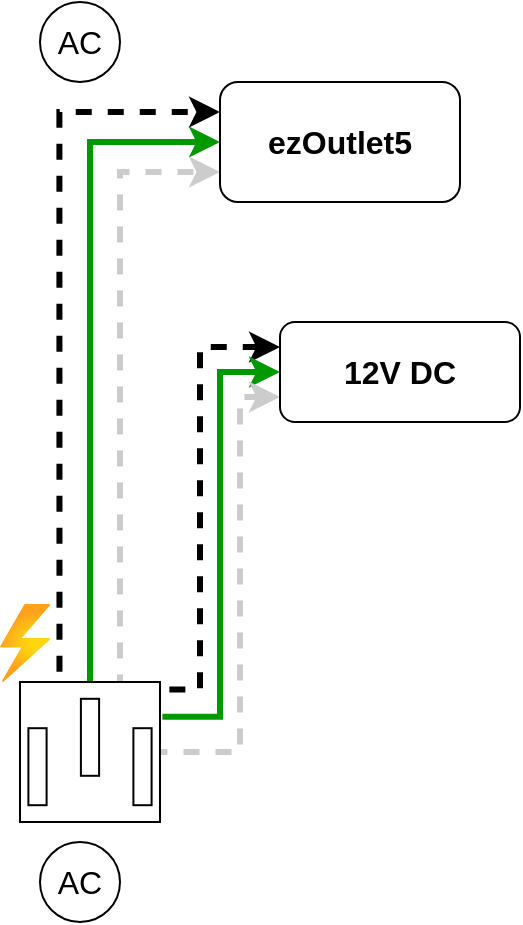
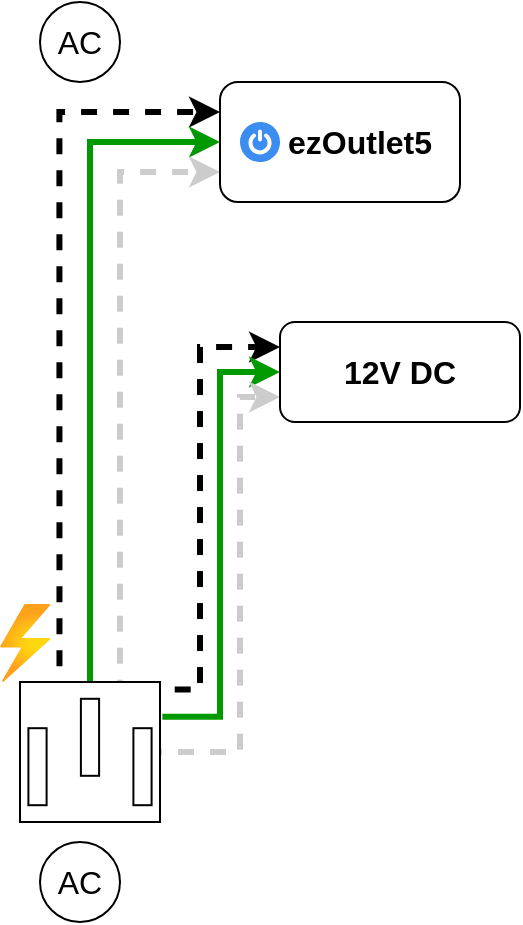
<mxfile host="app.diagrams.net" agent="Mozilla/5.0 (Windows NT 10.0; Win64; x64) AppleWebKit/537.36 (KHTML, like Gecko) Chrome/131.0.0.0 Safari/537.36 Edg/131.0.0.0" version="25.0.3">
  <diagram name="Page-1" id="VlRkN-xOVygPYa-iD9Ir">
-     <mxGraphModel dx="1050" dy="658" grid="1" gridSize="10" guides="1" tooltips="1" connect="1" arrows="1" fold="1" page="1" pageScale="1" pageWidth="1169" pageHeight="827" background="none" math="0" shadow="0">
+     <mxGraphModel dx="350" dy="219" grid="1" gridSize="10" guides="1" tooltips="1" connect="1" arrows="1" fold="1" page="1" pageScale="1" pageWidth="1169" pageHeight="827" background="none" math="0" shadow="0">
      <root>
        <mxCell id="0" />
        <mxCell id="1" parent="0" />
        <mxCell id="JVLtuT8sySUBbFbLTn6r-3" style="edgeStyle=orthogonalEdgeStyle;rounded=0;orthogonalLoop=1;jettySize=auto;html=1;entryX=0;entryY=0.25;entryDx=0;entryDy=0;exitX=0.282;exitY=-0.013;exitDx=0;exitDy=0;exitPerimeter=0;strokeWidth=3;flowAnimation=1;flowAnimationDirection=alternate;" edge="1" parent="1" source="pD8juBFKP1GN8B8eYQTb-1" target="pD8juBFKP1GN8B8eYQTb-3">
          <mxGeometry relative="1" as="geometry" />
        </mxCell>
        <mxCell id="JVLtuT8sySUBbFbLTn6r-4" style="edgeStyle=orthogonalEdgeStyle;rounded=0;orthogonalLoop=1;jettySize=auto;html=1;exitX=0.5;exitY=0;exitDx=0;exitDy=0;exitPerimeter=0;entryX=0;entryY=0.5;entryDx=0;entryDy=0;strokeColor=#009900;strokeWidth=3;" edge="1" parent="1" source="pD8juBFKP1GN8B8eYQTb-1" target="pD8juBFKP1GN8B8eYQTb-3">
          <mxGeometry relative="1" as="geometry" />
        </mxCell>
        <mxCell id="JVLtuT8sySUBbFbLTn6r-5" style="edgeStyle=orthogonalEdgeStyle;rounded=0;orthogonalLoop=1;jettySize=auto;html=1;entryX=0;entryY=0.75;entryDx=0;entryDy=0;exitX=0.714;exitY=0;exitDx=0;exitDy=0;exitPerimeter=0;strokeWidth=3;strokeColor=#CCCCCC;flowAnimation=1;flowAnimationDirection=alternate-reverse;" edge="1" parent="1" source="pD8juBFKP1GN8B8eYQTb-1" target="pD8juBFKP1GN8B8eYQTb-3">
          <mxGeometry relative="1" as="geometry">
            <mxPoint x="120" y="320" as="targetPoint" />
          </mxGeometry>
        </mxCell>
        <mxCell id="JVLtuT8sySUBbFbLTn6r-6" style="edgeStyle=orthogonalEdgeStyle;rounded=0;orthogonalLoop=1;jettySize=auto;html=1;entryX=0;entryY=0.25;entryDx=0;entryDy=0;exitX=1.006;exitY=0.054;exitDx=0;exitDy=0;exitPerimeter=0;strokeWidth=3;flowAnimation=1;flowAnimationDirection=alternate;" edge="1" parent="1" source="pD8juBFKP1GN8B8eYQTb-1" target="pD8juBFKP1GN8B8eYQTb-24">
          <mxGeometry relative="1" as="geometry">
            <Array as="points">
              <mxPoint x="120" y="404" />
              <mxPoint x="120" y="233" />
            </Array>
          </mxGeometry>
        </mxCell>
        <mxCell id="JVLtuT8sySUBbFbLTn6r-7" style="edgeStyle=orthogonalEdgeStyle;rounded=0;orthogonalLoop=1;jettySize=auto;html=1;entryX=0;entryY=0.5;entryDx=0;entryDy=0;exitX=1.017;exitY=0.249;exitDx=0;exitDy=0;exitPerimeter=0;strokeWidth=3;strokeColor=#009900;" edge="1" parent="1" source="pD8juBFKP1GN8B8eYQTb-1" target="pD8juBFKP1GN8B8eYQTb-24">
          <mxGeometry relative="1" as="geometry" />
        </mxCell>
        <mxCell id="JVLtuT8sySUBbFbLTn6r-8" style="edgeStyle=orthogonalEdgeStyle;rounded=0;orthogonalLoop=1;jettySize=auto;html=1;entryX=0;entryY=0.75;entryDx=0;entryDy=0;strokeColor=#CCCCCC;strokeWidth=3;flowAnimation=1;flowAnimationDirection=alternate-reverse;" edge="1" parent="1" source="pD8juBFKP1GN8B8eYQTb-1" target="pD8juBFKP1GN8B8eYQTb-24">
          <mxGeometry relative="1" as="geometry">
            <Array as="points">
              <mxPoint x="140" y="435" />
              <mxPoint x="140" y="258" />
            </Array>
          </mxGeometry>
        </mxCell>
        <mxCell id="pD8juBFKP1GN8B8eYQTb-1" value="" style="pointerEvents=1;verticalLabelPosition=bottom;shadow=0;dashed=0;align=center;html=1;verticalAlign=top;shape=mxgraph.electrical.miscellaneous.ac_out" parent="1" vertex="1">
          <mxGeometry x="30" y="400" width="70" height="70" as="geometry" />
        </mxCell>
        <mxCell id="JVLtuT8sySUBbFbLTn6r-1" value="" style="group" vertex="1" connectable="0" parent="1">
          <mxGeometry x="30" y="480" width="60" height="40" as="geometry" />
        </mxCell>
        <mxCell id="pD8juBFKP1GN8B8eYQTb-22" value="AC" style="text;html=1;align=center;verticalAlign=middle;whiteSpace=wrap;rounded=0;fontSize=16;" parent="JVLtuT8sySUBbFbLTn6r-1" vertex="1">
          <mxGeometry y="5" width="60" height="30" as="geometry" />
        </mxCell>
        <mxCell id="pD8juBFKP1GN8B8eYQTb-23" value="" style="ellipse;whiteSpace=wrap;html=1;fillColor=none;" parent="JVLtuT8sySUBbFbLTn6r-1" vertex="1">
          <mxGeometry x="10" width="40" height="40" as="geometry" />
        </mxCell>
        <mxCell id="JVLtuT8sySUBbFbLTn6r-2" value="" style="group" vertex="1" connectable="0" parent="1">
          <mxGeometry x="30" y="60" width="60" height="40" as="geometry" />
        </mxCell>
        <mxCell id="pD8juBFKP1GN8B8eYQTb-9" value="" style="ellipse;whiteSpace=wrap;html=1;fillColor=none;" parent="JVLtuT8sySUBbFbLTn6r-2" vertex="1">
          <mxGeometry x="10" width="40" height="40" as="geometry" />
        </mxCell>
        <mxCell id="pD8juBFKP1GN8B8eYQTb-11" value="AC" style="text;html=1;align=center;verticalAlign=middle;whiteSpace=wrap;rounded=0;fontSize=16;" parent="JVLtuT8sySUBbFbLTn6r-2" vertex="1">
          <mxGeometry y="5" width="60" height="30" as="geometry" />
        </mxCell>
        <mxCell id="JVLtuT8sySUBbFbLTn6r-9" value="" style="group" vertex="1" connectable="0" parent="1">
          <mxGeometry x="130" y="100" width="120" height="60" as="geometry" />
        </mxCell>
-         <mxCell id="pD8juBFKP1GN8B8eYQTb-3" value="" style="rounded=1;whiteSpace=wrap;html=1;" parent="JVLtuT8sySUBbFbLTn6r-9" vertex="1">
+         <mxCell id="JVLtuT8sySUBbFbLTn6r-16" value="" style="group" vertex="1" connectable="0" parent="JVLtuT8sySUBbFbLTn6r-9">
          <mxGeometry width="120" height="60" as="geometry" />
        </mxCell>
-         <mxCell id="pD8juBFKP1GN8B8eYQTb-15" value="&lt;b&gt;ezOutlet5&lt;/b&gt;" style="text;html=1;align=center;verticalAlign=middle;whiteSpace=wrap;rounded=0;fontSize=16;" parent="JVLtuT8sySUBbFbLTn6r-9" vertex="1">
-           <mxGeometry x="30" y="10" width="60" height="40" as="geometry" />
+         <mxCell id="pD8juBFKP1GN8B8eYQTb-3" value="" style="rounded=1;whiteSpace=wrap;html=1;" parent="JVLtuT8sySUBbFbLTn6r-16" vertex="1">
+           <mxGeometry width="120" height="60" as="geometry" />
+         </mxCell>
+         <mxCell id="JVLtuT8sySUBbFbLTn6r-13" value="" style="sketch=0;html=1;aspect=fixed;strokeColor=none;shadow=0;fillColor=#3B8DF1;verticalAlign=top;labelPosition=center;verticalLabelPosition=bottom;shape=mxgraph.gcp2.a7_power" vertex="1" parent="JVLtuT8sySUBbFbLTn6r-16">
+           <mxGeometry x="10" y="20" width="20" height="20" as="geometry" />
+         </mxCell>
+         <mxCell id="pD8juBFKP1GN8B8eYQTb-15" value="&lt;b&gt;ezOutlet5&lt;/b&gt;" style="text;html=1;align=center;verticalAlign=middle;whiteSpace=wrap;rounded=0;fontSize=16;" parent="JVLtuT8sySUBbFbLTn6r-16" vertex="1">
+           <mxGeometry x="40" y="10" width="60" height="40" as="geometry" />
        </mxCell>
        <mxCell id="JVLtuT8sySUBbFbLTn6r-11" value="" style="group" vertex="1" connectable="0" parent="1">
          <mxGeometry x="160" y="220" width="120" height="50" as="geometry" />
        </mxCell>
        <mxCell id="pD8juBFKP1GN8B8eYQTb-24" value="" style="rounded=1;whiteSpace=wrap;html=1;" parent="JVLtuT8sySUBbFbLTn6r-11" vertex="1">
          <mxGeometry width="120" height="50" as="geometry" />
        </mxCell>
        <mxCell id="JVLtuT8sySUBbFbLTn6r-10" value="&lt;font style=&quot;font-size: 16px;&quot;&gt;&lt;b&gt;12V DC&lt;/b&gt;&lt;/font&gt;" style="text;html=1;align=center;verticalAlign=middle;whiteSpace=wrap;rounded=0;" vertex="1" parent="JVLtuT8sySUBbFbLTn6r-11">
          <mxGeometry x="30" y="10" width="60" height="30" as="geometry" />
        </mxCell>
        <mxCell id="JVLtuT8sySUBbFbLTn6r-12" value="" style="image;aspect=fixed;html=1;points=[];align=center;fontSize=12;image=img/lib/azure2/general/Power.svg;" vertex="1" parent="1">
          <mxGeometry x="20" y="361" width="25.24" height="39" as="geometry" />
        </mxCell>
      </root>
    </mxGraphModel>
  </diagram>
</mxfile>
